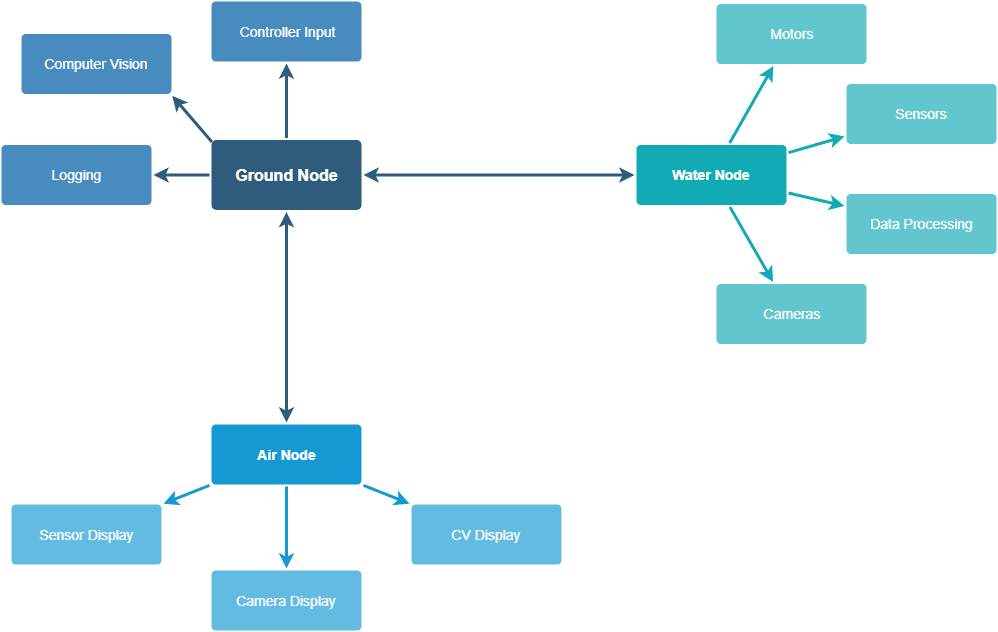
Before: README/overview.png, a diagram exported from draw.io (redshiftrobotics/blueshift-2021). Source tidied: cells renumbered, new cells last; positions are measured from the earlier drawing's top-left corner, leaving out a move shared by most shapes. The source it was exported from:
```xml
<mxGraphModel background="#ffffff">
  <root>
    <mxCell id="0" />
    <mxCell id="1" parent="0" />
    <mxCell id="2" style="edgeStyle=none;rounded=0;jumpStyle=none;html=1;shadow=0;labelBackgroundColor=none;startArrow=classic;startFill=1;endArrow=classic;endFill=1;jettySize=auto;strokeColor=#2F5B7C;strokeWidth=3;fontFamily=Helvetica;fontSize=16;fontColor=#23445D;spacing=5;" parent="1" edge="1" source="4" target="15">
      <mxGeometry relative="1" as="geometry" />
    </mxCell>
    <mxCell id="3" style="edgeStyle=none;rounded=0;jumpStyle=none;html=1;shadow=0;labelBackgroundColor=none;startArrow=classic;startFill=1;endArrow=classic;endFill=1;jettySize=auto;strokeColor=#2F5B7C;strokeWidth=3;fontFamily=Helvetica;fontSize=16;fontColor=#23445D;spacing=5;comic=0;" parent="1" edge="1" source="4" target="11">
      <mxGeometry relative="1" as="geometry" />
    </mxCell>
    <mxCell id="4" value="Ground Node" style="rounded=1;whiteSpace=wrap;html=1;shadow=0;labelBackgroundColor=none;strokeColor=none;strokeWidth=3;fillColor=#2F5B7C;fontFamily=Helvetica;fontSize=16;fontColor=#FFFFFF;align=center;fontStyle=1;spacing=5;arcSize=7;perimeterSpacing=2;" parent="1" vertex="1">
      <mxGeometry x="210" y="138.5" width="150" height="70" as="geometry" />
    </mxCell>
    <mxCell id="5" style="edgeStyle=none;rounded=1;jumpStyle=none;html=1;shadow=0;labelBackgroundColor=none;startArrow=none;startFill=0;jettySize=auto;orthogonalLoop=1;strokeColor=#E85642;strokeWidth=3;fontFamily=Helvetica;fontSize=14;fontColor=#FFFFFF;spacing=5;fontStyle=1;fillColor=#b0e3e6;" parent="1" edge="1">
      <mxGeometry relative="1" as="geometry">
        <mxPoint x="92.4" y="316.5" as="targetPoint" />
      </mxGeometry>
    </mxCell>
    <mxCell id="6" style="edgeStyle=none;rounded=1;jumpStyle=none;html=1;shadow=0;labelBackgroundColor=none;startArrow=none;startFill=0;jettySize=auto;orthogonalLoop=1;strokeColor=#E85642;strokeWidth=3;fontFamily=Helvetica;fontSize=14;fontColor=#FFFFFF;spacing=5;fontStyle=1;fillColor=#b0e3e6;" parent="1" edge="1">
      <mxGeometry relative="1" as="geometry">
        <mxPoint x="143" y="425.5" as="sourcePoint" />
      </mxGeometry>
    </mxCell>
    <mxCell id="7" style="edgeStyle=none;rounded=1;jumpStyle=none;html=1;shadow=0;labelBackgroundColor=none;startArrow=none;startFill=0;jettySize=auto;orthogonalLoop=1;strokeColor=#E85642;strokeWidth=3;fontFamily=Helvetica;fontSize=14;fontColor=#FFFFFF;spacing=5;fontStyle=1;fillColor=#b0e3e6;" parent="1" edge="1">
      <mxGeometry relative="1" as="geometry">
        <mxPoint x="179.7" y="457.5" as="sourcePoint" />
      </mxGeometry>
    </mxCell>
    <mxCell id="8" style="edgeStyle=none;rounded=0;jumpStyle=none;html=1;shadow=0;labelBackgroundColor=none;startArrow=none;startFill=0;endArrow=classic;endFill=1;jettySize=auto;strokeColor=#1699D3;strokeWidth=3;fontFamily=Helvetica;fontSize=14;fontColor=#FFFFFF;spacing=5;" parent="1" edge="1" source="11" target="14">
      <mxGeometry relative="1" as="geometry" />
    </mxCell>
    <mxCell id="9" style="edgeStyle=none;rounded=0;jumpStyle=none;html=1;shadow=0;labelBackgroundColor=none;startArrow=none;startFill=0;endArrow=classic;endFill=1;jettySize=auto;strokeColor=#1699D3;strokeWidth=3;fontFamily=Helvetica;fontSize=14;fontColor=#FFFFFF;spacing=5;" parent="1" edge="1" source="11" target="13">
      <mxGeometry relative="1" as="geometry" />
    </mxCell>
    <mxCell id="10" style="edgeStyle=none;rounded=0;jumpStyle=none;html=1;shadow=0;labelBackgroundColor=none;startArrow=none;startFill=0;endArrow=classic;endFill=1;jettySize=auto;strokeColor=#1699D3;strokeWidth=3;fontFamily=Helvetica;fontSize=14;fontColor=#FFFFFF;spacing=5;" parent="1" edge="1" source="11" target="12">
      <mxGeometry relative="1" as="geometry" />
    </mxCell>
    <mxCell id="11" value="Air Node" style="rounded=1;whiteSpace=wrap;html=1;shadow=0;labelBackgroundColor=none;strokeColor=none;strokeWidth=3;fillColor=#1699d3;fontFamily=Helvetica;fontSize=14;fontColor=#FFFFFF;align=center;spacing=5;fontStyle=1;arcSize=7;perimeterSpacing=2;" parent="1" vertex="1">
      <mxGeometry x="210" y="423" width="150" height="60" as="geometry" />
    </mxCell>
    <mxCell id="12" value="CV Display" style="rounded=1;whiteSpace=wrap;html=1;shadow=0;labelBackgroundColor=none;strokeColor=none;strokeWidth=3;fillColor=#64bbe2;fontFamily=Helvetica;fontSize=14;fontColor=#FFFFFF;align=center;spacing=5;arcSize=7;perimeterSpacing=2;" parent="1" vertex="1">
      <mxGeometry x="410" y="503" width="150" height="60" as="geometry" />
    </mxCell>
    <mxCell id="13" value="Camera Display" style="rounded=1;whiteSpace=wrap;html=1;shadow=0;labelBackgroundColor=none;strokeColor=none;strokeWidth=3;fillColor=#64bbe2;fontFamily=Helvetica;fontSize=14;fontColor=#FFFFFF;align=center;spacing=5;arcSize=7;perimeterSpacing=2;" parent="1" vertex="1">
      <mxGeometry x="210" y="569" width="150" height="60" as="geometry" />
    </mxCell>
    <mxCell id="14" value="Sensor Display" style="rounded=1;whiteSpace=wrap;html=1;shadow=0;labelBackgroundColor=none;strokeColor=none;strokeWidth=3;fillColor=#64bbe2;fontFamily=Helvetica;fontSize=14;fontColor=#FFFFFF;align=center;spacing=5;arcSize=7;perimeterSpacing=2;" parent="1" vertex="1">
      <mxGeometry x="10" y="503" width="150" height="60" as="geometry" />
    </mxCell>
    <mxCell id="15" value="Water Node" style="rounded=1;whiteSpace=wrap;html=1;shadow=0;labelBackgroundColor=none;strokeColor=none;strokeWidth=3;fillColor=#12aab5;fontFamily=Helvetica;fontSize=14;fontColor=#FFFFFF;align=center;spacing=5;fontStyle=1;arcSize=7;perimeterSpacing=2;" parent="1" vertex="1">
      <mxGeometry x="635" y="143.5" width="150" height="60" as="geometry" />
    </mxCell>
    <mxCell id="16" value="Cameras" style="rounded=1;whiteSpace=wrap;html=1;shadow=0;labelBackgroundColor=none;strokeColor=none;strokeWidth=3;fillColor=#61c6ce;fontFamily=Helvetica;fontSize=14;fontColor=#FFFFFF;align=center;spacing=5;fontStyle=0;arcSize=7;perimeterSpacing=2;" parent="1" vertex="1">
      <mxGeometry x="715" y="282.5" width="150" height="60" as="geometry" />
    </mxCell>
    <mxCell id="17" style="edgeStyle=none;rounded=1;jumpStyle=none;html=1;shadow=0;labelBackgroundColor=none;startArrow=none;startFill=0;jettySize=auto;strokeColor=#12AAB5;strokeWidth=3;fontFamily=Helvetica;fontSize=14;fontColor=#FFFFFF;spacing=5;fontStyle=1;fillColor=#b0e3e6;" parent="1" edge="1" source="15" target="16">
      <mxGeometry relative="1" as="geometry" />
    </mxCell>
    <mxCell id="18" value="Data Processing" style="rounded=1;whiteSpace=wrap;html=1;shadow=0;labelBackgroundColor=none;strokeColor=none;strokeWidth=3;fillColor=#61c6ce;fontFamily=Helvetica;fontSize=14;fontColor=#FFFFFF;align=center;spacing=5;fontStyle=0;arcSize=7;perimeterSpacing=2;" parent="1" vertex="1">
      <mxGeometry x="845" y="192.5" width="150" height="60" as="geometry" />
    </mxCell>
    <mxCell id="19" style="edgeStyle=none;rounded=1;jumpStyle=none;html=1;shadow=0;labelBackgroundColor=none;startArrow=none;startFill=0;jettySize=auto;strokeColor=#12AAB5;strokeWidth=3;fontFamily=Helvetica;fontSize=14;fontColor=#FFFFFF;spacing=5;fontStyle=1;fillColor=#b0e3e6;" parent="1" edge="1" source="15" target="18">
      <mxGeometry relative="1" as="geometry" />
    </mxCell>
    <mxCell id="20" value="Sensors" style="rounded=1;whiteSpace=wrap;html=1;shadow=0;labelBackgroundColor=none;strokeColor=none;strokeWidth=3;fillColor=#61c6ce;fontFamily=Helvetica;fontSize=14;fontColor=#FFFFFF;align=center;spacing=5;fontStyle=0;arcSize=7;perimeterSpacing=2;" parent="1" vertex="1">
      <mxGeometry x="845" y="82.5" width="150" height="60" as="geometry" />
    </mxCell>
    <mxCell id="21" style="edgeStyle=none;rounded=1;jumpStyle=none;html=1;shadow=0;labelBackgroundColor=none;startArrow=none;startFill=0;jettySize=auto;strokeColor=#12AAB5;strokeWidth=3;fontFamily=Helvetica;fontSize=14;fontColor=#FFFFFF;spacing=5;fontStyle=1;fillColor=#b0e3e6;" parent="1" edge="1" source="15" target="20">
      <mxGeometry relative="1" as="geometry" />
    </mxCell>
    <mxCell id="22" value="Motors" style="rounded=1;whiteSpace=wrap;html=1;shadow=0;labelBackgroundColor=none;strokeColor=none;strokeWidth=3;fillColor=#61c6ce;fontFamily=Helvetica;fontSize=14;fontColor=#FFFFFF;align=center;spacing=5;fontStyle=0;arcSize=7;perimeterSpacing=2;" parent="1" vertex="1">
      <mxGeometry x="715" y="2.5" width="150" height="60" as="geometry" />
    </mxCell>
    <mxCell id="23" style="edgeStyle=none;rounded=1;jumpStyle=none;html=1;shadow=0;labelBackgroundColor=none;startArrow=none;startFill=0;jettySize=auto;strokeColor=#12AAB5;strokeWidth=3;fontFamily=Helvetica;fontSize=14;fontColor=#FFFFFF;spacing=5;fontStyle=1;fillColor=#b0e3e6;" parent="1" edge="1" source="15" target="22">
      <mxGeometry relative="1" as="geometry" />
    </mxCell>
    <mxCell id="24" value="Controller Input" style="rounded=1;whiteSpace=wrap;html=1;shadow=0;labelBackgroundColor=none;strokeColor=none;strokeWidth=3;fillColor=#488CBF;fontFamily=Helvetica;fontSize=14;fontColor=#FFFFFF;align=center;spacing=5;arcSize=7;perimeterSpacing=2;" parent="1" vertex="1">
      <mxGeometry x="210" width="150" height="60" as="geometry" />
    </mxCell>
    <mxCell id="25" style="edgeStyle=none;rounded=0;jumpStyle=none;html=1;shadow=0;labelBackgroundColor=none;startArrow=none;startFill=0;endArrow=classic;endFill=1;jettySize=auto;strokeColor=#2F5B7C;strokeWidth=3;fontFamily=Helvetica;fontSize=14;fontColor=#FFFFFF;spacing=5;exitX=0.5;exitY=0;exitDx=0;exitDy=0;" parent="1" edge="1" source="4" target="24">
      <mxGeometry relative="1" as="geometry" />
    </mxCell>
    <mxCell id="26" value="Computer Vision" style="rounded=1;whiteSpace=wrap;html=1;shadow=0;labelBackgroundColor=none;strokeColor=none;strokeWidth=3;fillColor=#488CBF;fontFamily=Helvetica;fontSize=14;fontColor=#FFFFFF;align=center;spacing=5;arcSize=7;perimeterSpacing=2;" parent="1" vertex="1">
      <mxGeometry x="20" y="32.5" width="150" height="60" as="geometry" />
    </mxCell>
    <mxCell id="27" style="edgeStyle=none;rounded=0;jumpStyle=none;html=1;shadow=0;labelBackgroundColor=none;startArrow=none;startFill=0;endArrow=classic;endFill=1;jettySize=auto;strokeColor=#2F5B7C;strokeWidth=3;fontFamily=Helvetica;fontSize=14;fontColor=#FFFFFF;spacing=5;exitX=0.016;exitY=0.053;exitDx=0;exitDy=0;entryX=0.992;entryY=0.998;entryDx=0;entryDy=0;entryPerimeter=0;exitPerimeter=0;" parent="1" edge="1" source="4" target="26">
      <mxGeometry relative="1" as="geometry" />
    </mxCell>
    <mxCell id="28" value="Logging" style="rounded=1;whiteSpace=wrap;html=1;shadow=0;labelBackgroundColor=none;strokeColor=none;strokeWidth=3;fillColor=#488CBF;fontFamily=Helvetica;fontSize=14;fontColor=#FFFFFF;align=center;spacing=5;arcSize=7;perimeterSpacing=2;" parent="1" vertex="1">
      <mxGeometry y="143.5" width="150" height="60" as="geometry" />
    </mxCell>
    <mxCell id="29" style="edgeStyle=none;rounded=0;jumpStyle=none;html=1;shadow=0;labelBackgroundColor=none;startArrow=none;startFill=0;endArrow=classic;endFill=1;jettySize=auto;strokeColor=#2F5B7C;strokeWidth=3;fontFamily=Helvetica;fontSize=14;fontColor=#FFFFFF;spacing=5;entryX=1;entryY=0.5;entryDx=0;entryDy=0;exitX=0;exitY=0.5;exitDx=0;exitDy=0;" parent="1" edge="1" source="4" target="28">
      <mxGeometry relative="1" as="geometry" />
    </mxCell>
  </root>
</mxGraphModel>
```
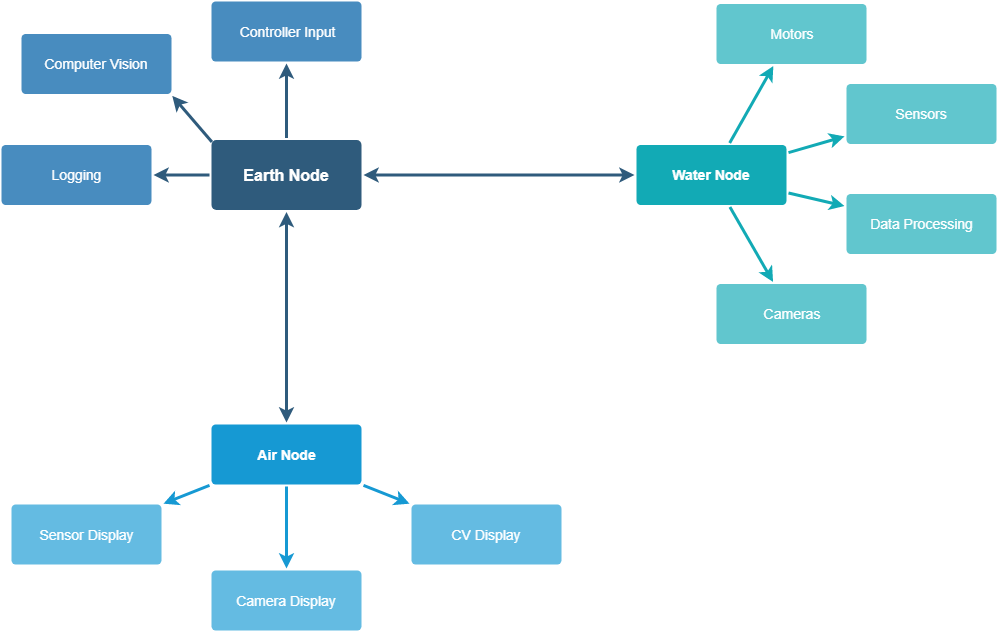
Above is the later version.

The edit, as a diff of the source:
```diff
@@ -8,7 +8,7 @@
     <mxCell id="3" style="edgeStyle=none;rounded=0;jumpStyle=none;html=1;shadow=0;labelBackgroundColor=none;startArrow=classic;startFill=1;endArrow=classic;endFill=1;jettySize=auto;strokeColor=#2F5B7C;strokeWidth=3;fontFamily=Helvetica;fontSize=16;fontColor=#23445D;spacing=5;comic=0;" parent="1" edge="1" source="4" target="11">
       <mxGeometry relative="1" as="geometry" />
     </mxCell>
-    <mxCell id="4" value="Ground Node" style="rounded=1;whiteSpace=wrap;html=1;shadow=0;labelBackgroundColor=none;strokeColor=none;strokeWidth=3;fillColor=#2F5B7C;fontFamily=Helvetica;fontSize=16;fontColor=#FFFFFF;align=center;fontStyle=1;spacing=5;arcSize=7;perimeterSpacing=2;" parent="1" vertex="1">
+    <mxCell id="4" value="Earth Node" style="rounded=1;whiteSpace=wrap;html=1;shadow=0;labelBackgroundColor=none;strokeColor=none;strokeWidth=3;fillColor=#2F5B7C;fontFamily=Helvetica;fontSize=16;fontColor=#FFFFFF;align=center;fontStyle=1;spacing=5;arcSize=7;perimeterSpacing=2;" parent="1" vertex="1">
       <mxGeometry x="210" y="138.5" width="150" height="70" as="geometry" />
     </mxCell>
     <mxCell id="5" style="edgeStyle=none;rounded=1;jumpStyle=none;html=1;shadow=0;labelBackgroundColor=none;startArrow=none;startFill=0;jettySize=auto;orthogonalLoop=1;strokeColor=#E85642;strokeWidth=3;fontFamily=Helvetica;fontSize=14;fontColor=#FFFFFF;spacing=5;fontStyle=1;fillColor=#b0e3e6;" parent="1" edge="1">
```
